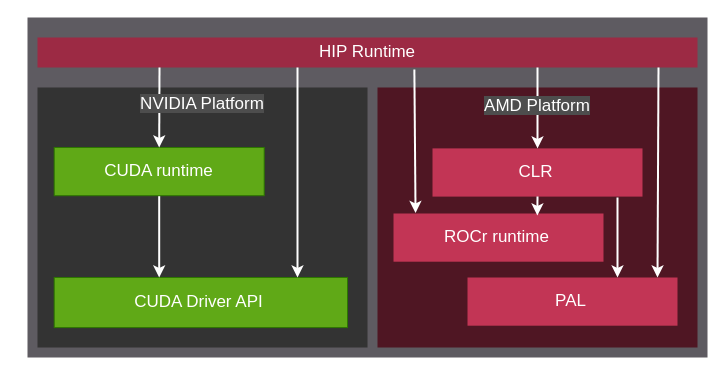
Earlier version of the draw.io diagram docs/data/understand/programming_interface/runtimes.drawio (abhmishr1/HIP). Source tidied: cells renumbered, new cells numbered last; positions are measured from the earlier drawing's top-left corner, leaving out a move shared by most shapes. Both pictures are drawn from the tidied source at 100%, with x=0, y=0 at pixel (17, 17).
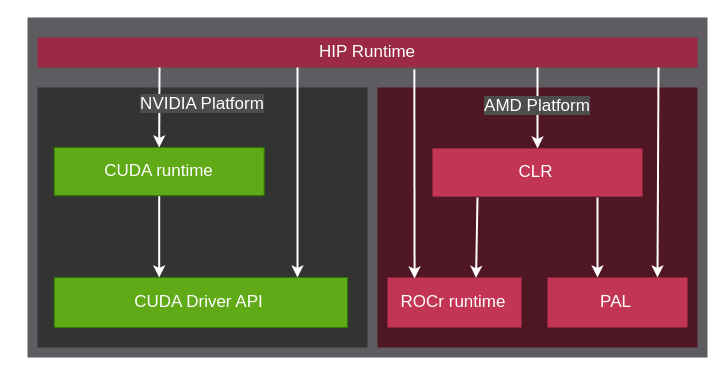
Above is the later version.

The change refers to these unchanged cells:
```xml
<mxCell id="5" value="&lt;font face=&quot;Helvetica&quot;&gt;HIP Runtime&lt;/font&gt;" style="text;html=1;strokeColor=none;fillColor=none;align=center;verticalAlign=middle;whiteSpace=wrap;rounded=0;fontSize=17;fontColor=#FFFFFF;" parent="1" vertex="1">
  <mxGeometry x="20" y="20" width="660" height="30" as="geometry" />
</mxCell>
<mxCell id="26" style="rounded=0;whiteSpace=wrap;html=1;fillColor=#C23555;fontColor=#FFFFFF;strokeColor=none;" parent="25" vertex="1">
  <mxGeometry width="210" height="48.2" as="geometry" />
</mxCell>
```

What changed in the source:
```diff
@@
     <mxCell id="17" style="group;" parent="1" vertex="1">
-      <mxGeometry x="376" y="196" width="210" height="48.2" as="geometry" />
+      <mxGeometry x="370" y="260" width="134" height="50" as="geometry" />
     </mxCell>
     <mxCell id="18" style="rounded=0;whiteSpace=wrap;html=1;fillColor=#C23555;fontColor=#FFFFFF;strokeColor=none;" parent="17" vertex="1">
-      <mxGeometry width="210" height="48.2" as="geometry" />
+      <mxGeometry width="134" height="50" as="geometry" />
     </mxCell>
     <mxCell id="19" value="&lt;div&gt;ROCr runtime&lt;/div&gt;" style="text;html=1;strokeColor=none;fillColor=none;align=center;verticalAlign=middle;whiteSpace=wrap;rounded=0;fontSize=17;fontColor=#FFFFFF;" parent="17" vertex="1">
-      <mxGeometry x="7.8" y="8" width="191" height="32.1" as="geometry" />
+      <mxGeometry x="5" y="8.3" width="121.9" height="33.3" as="geometry" />
     </mxCell>
     <mxCell id="20" style="group;" parent="1" vertex="1">
-      <mxGeometry x="450" y="260" width="210" height="48.2" as="geometry" />
+      <mxGeometry x="530" y="260" width="140" height="50" as="geometry" />
     </mxCell>
     <mxCell id="21" style="rounded=0;whiteSpace=wrap;html=1;fillColor=#C23555;fontColor=#FFFFFF;strokeColor=none;" parent="20" vertex="1">
-      <mxGeometry width="210" height="48.2" as="geometry" />
+      <mxGeometry width="140" height="50" as="geometry" />
     </mxCell>
     <mxCell id="22" value="&lt;div&gt;PAL&lt;/div&gt;" style="text;html=1;strokeColor=none;fillColor=none;align=center;verticalAlign=middle;whiteSpace=wrap;rounded=0;fontSize=17;fontColor=#FFFFFF;" parent="20" vertex="1">
-      <mxGeometry x="7.8" y="8" width="191" height="32.1" as="geometry" />
+      <mxGeometry x="5.2" y="8.3" width="127.3" height="33.3" as="geometry" />
     </mxCell>
-    <mxCell id="23" style="endArrow=classic;startArrow=none;html=1;rounded=0;strokeWidth=2;startFill=0;exitX=0.571;exitY=1.064;exitDx=0;exitDy=0;exitPerimeter=0;entryX=0.105;entryY=-0.012;entryDx=0;entryDy=0;entryPerimeter=0;strokeColor=#FFFFFF;" parent="1" edge="1" source="5" target="18">
+    <mxCell id="23" style="endArrow=classic;startArrow=none;html=1;rounded=0;strokeWidth=2;startFill=0;exitX=0.571;exitY=1.064;exitDx=0;exitDy=0;exitPerimeter=0;entryX=0.202;entryY=0.02;entryDx=0;entryDy=0;entryPerimeter=0;strokeColor=#FFFFFF;" parent="1" edge="1" source="5" target="18">
       <mxGeometry relative="1" as="geometry" />
     </mxCell>
@@
     <mxCell id="29" style="endArrow=classic;startArrow=none;html=1;rounded=0;strokeWidth=2;startFill=0;strokeColor=#FFFFFF;" parent="1" edge="1">
       <mxGeometry relative="1" as="geometry">
-        <mxPoint x="600" y="180" as="sourcePoint" />
-        <mxPoint x="600" y="260" as="targetPoint" />
+        <mxPoint x="580" y="180" as="sourcePoint" />
+        <mxPoint x="580" y="260" as="targetPoint" />
       </mxGeometry>
     </mxCell>
-    <mxCell id="30" style="endArrow=classic;startArrow=none;html=1;rounded=0;strokeWidth=2;startFill=0;exitX=0.5;exitY=1;exitDx=0;exitDy=0;entryX=0.685;entryY=0.041;entryDx=0;entryDy=0;entryPerimeter=0;strokeColor=#FFFFFF;" parent="1" edge="1" source="26" target="18">
-      <mxGeometry relative="1" as="geometry" />
+    <mxCell id="30" style="endArrow=classic;startArrow=none;html=1;rounded=0;strokeWidth=2;startFill=0;strokeColor=#FFFFFF;entryX=0.661;entryY=0.007;entryDx=0;entryDy=0;entryPerimeter=0;" parent="1" edge="1" target="18">
+      <mxGeometry relative="1" as="geometry">
+        <mxPoint x="460" y="180" as="sourcePoint" />
+      </mxGeometry>
     </mxCell>
```
